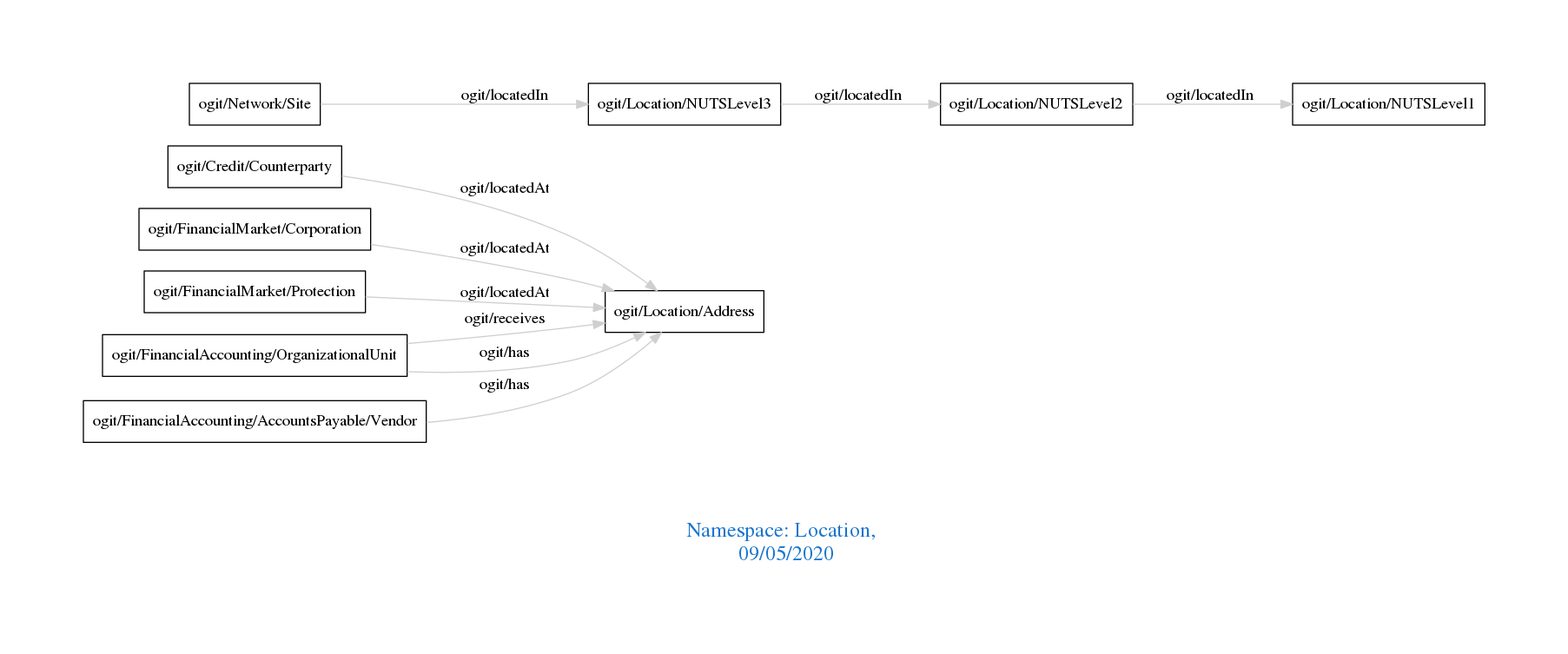
Before: downloads/Location.png, a diagram exported from Graphviz (arago/OGIT). Its source is kept beside it as downloads/Location.dot.
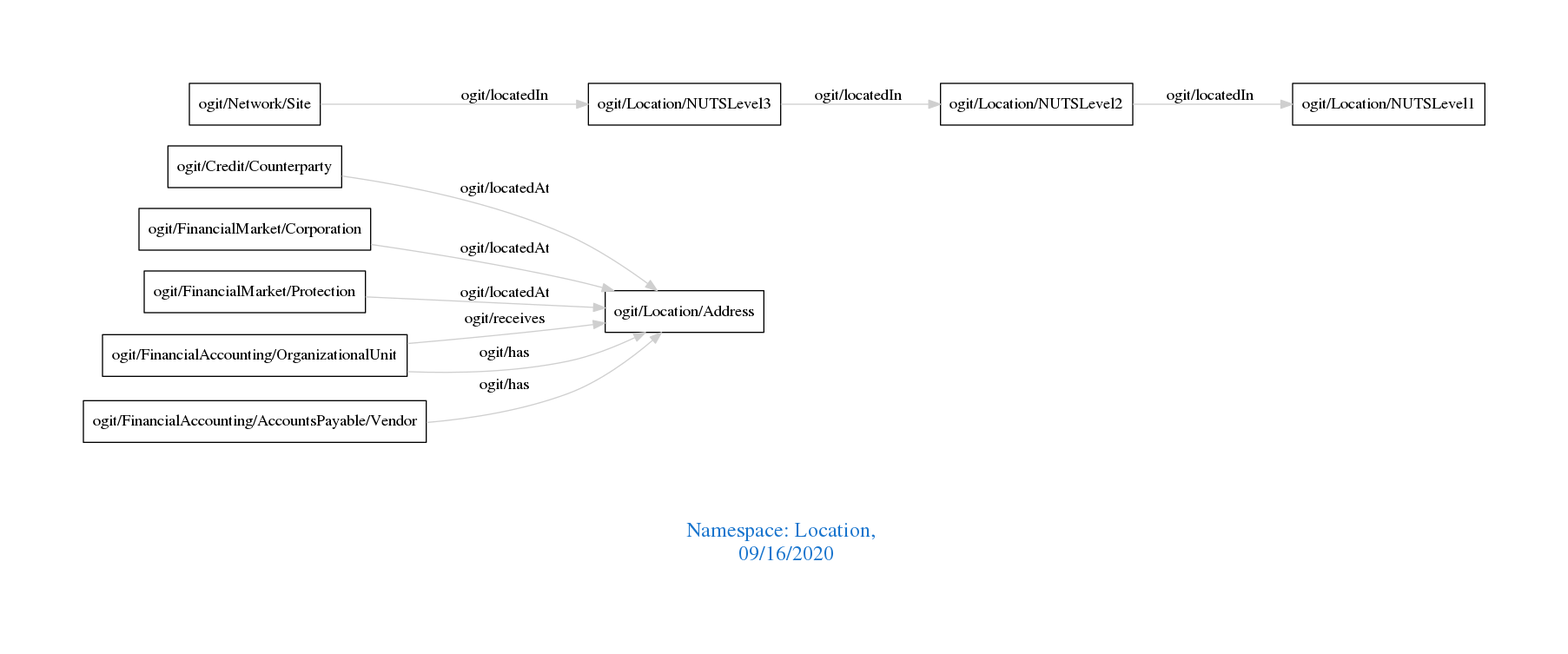
After the change.

Diff of the diagram source:
```diff
@@ -1,7 +1,7 @@
 digraph OGIT_ontology {
  graph [ rankdir= LR,pad=1
 fontsize = 18,
-fontcolor= dodgerblue3,label = "\n\n\nNamespace: Location, \n 09/05/2020"];
+fontcolor= dodgerblue3,label = "\n\n\nNamespace: Location, \n 09/16/2020"];
 node[shape=polygon];
 edge [  color="gray81"];
 
```
